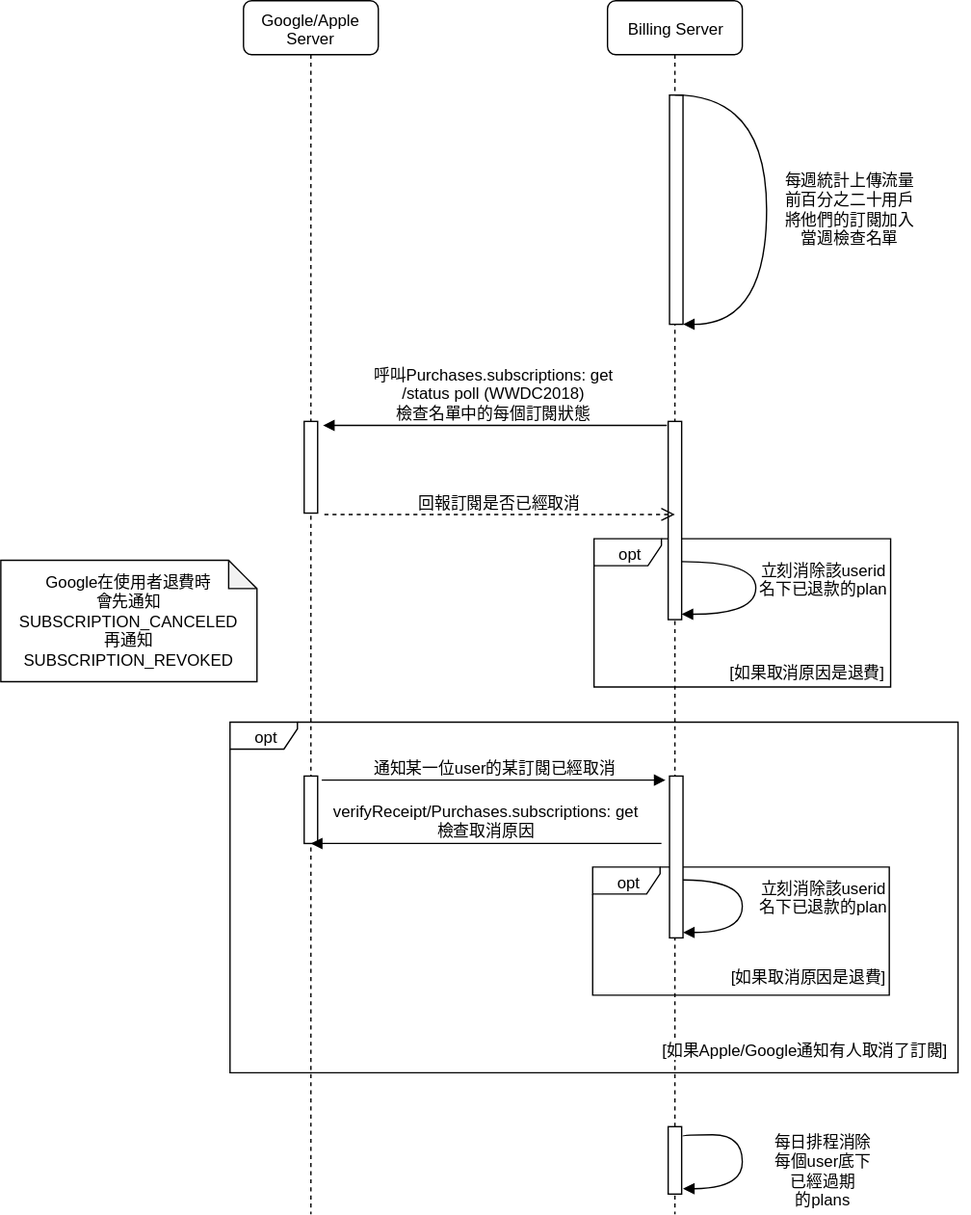
Above: aicam_cloud_in_app_purchases_canceling.svg in buddisattva/aicam.github.io (draw.io), before the change. Source tidied: cells renumbered, new cells last; positions are measured from the earlier drawing's top-left corner, leaving out a move shared by most shapes. Source of this version:
```xml
<mxGraphModel>
  <root>
    <mxCell id="0" />
    <mxCell id="1" parent="0" />
    <mxCell id="2" value="opt" style="shape=umlFrame;whiteSpace=wrap;html=1;width=50;height=20;fontFamily=Helvetica;" parent="1" vertex="1">
      <mxGeometry x="440" y="399" width="220" height="110" as="geometry" />
    </mxCell>
    <mxCell id="3" value="opt" style="shape=umlFrame;whiteSpace=wrap;html=1;width=50;height=20;fontFamily=Helvetica;" parent="1" vertex="1">
      <mxGeometry x="170" y="535" width="540" height="260" as="geometry" />
    </mxCell>
    <mxCell id="4" value="opt" style="shape=umlFrame;whiteSpace=wrap;html=1;width=50;height=20;fontFamily=Helvetica;" parent="1" vertex="1">
      <mxGeometry x="439" y="642.5" width="220" height="95" as="geometry" />
    </mxCell>
    <mxCell id="5" value="Billing Server" style="shape=umlLifeline;perimeter=lifelinePerimeter;whiteSpace=wrap;html=1;outlineConnect=0;rounded=1;shadow=0;comic=0;labelBackgroundColor=none;strokeColor=#000000;strokeWidth=1;fillColor=#FFFFFF;fontFamily=Helvetica;fontSize=12;fontColor=#000000;align=center;" parent="1" vertex="1">
      <mxGeometry x="450" width="100" height="900" as="geometry" />
    </mxCell>
    <mxCell id="6" style="html=1;perimeter=orthogonalPerimeter;rounded=0;shadow=0;comic=0;labelBackgroundColor=none;strokeColor=#000000;strokeWidth=1;fillColor=#FFFFFF;fontFamily=Helvetica;fontSize=12;fontColor=#000000;align=center;" parent="5" vertex="1">
      <mxGeometry x="45" y="312" width="10" height="147" as="geometry" />
    </mxCell>
    <mxCell id="7" style="group;fontFamily=Helvetica;" parent="5" vertex="1">
      <mxGeometry x="46" y="575" width="10" height="120" as="geometry" />
    </mxCell>
    <mxCell id="8" style="html=1;perimeter=orthogonalPerimeter;fontFamily=Helvetica;fontSize=12;" parent="7" vertex="1">
      <mxGeometry width="10" height="120" as="geometry" />
    </mxCell>
    <mxCell id="9" style="html=1;perimeter=orthogonalPerimeter;fontFamily=Helvetica;" parent="5" vertex="1">
      <mxGeometry x="45" y="835" width="10" height="50" as="geometry" />
    </mxCell>
    <mxCell id="10" style="html=1;points=[];perimeter=orthogonalPerimeter;fontFamily=Helvetica;" parent="5" vertex="1">
      <mxGeometry x="46" y="70" width="10" height="170" as="geometry" />
    </mxCell>
    <mxCell id="11" value="每週統計上傳流量&lt;br&gt;前百分之二十用戶&lt;br&gt;將他們的訂閱加入&lt;br&gt;當週檢查名單&lt;br&gt;" style="html=1;verticalAlign=top;endArrow=block;labelBackgroundColor=none;fontFamily=Helvetica;fontSize=12;elbow=vertical;edgeStyle=orthogonalEdgeStyle;curved=1;exitX=0.5;exitY=0.078;exitPerimeter=0;exitDx=0;exitDy=0;labelPosition=center;verticalLabelPosition=bottom;align=center;" parent="5" edge="1" source="5" target="10">
      <mxGeometry x="-0.55" y="-80" relative="1" as="geometry">
        <Array as="points">
          <mxPoint x="118" y="70" />
          <mxPoint x="118" y="240" />
        </Array>
        <mxPoint x="142" y="50" as="offset" />
      </mxGeometry>
    </mxCell>
    <mxCell id="12" value="Google/Apple Server" style="shape=umlLifeline;perimeter=lifelinePerimeter;whiteSpace=wrap;html=1;rounded=1;shadow=0;comic=0;labelBackgroundColor=none;strokeColor=#000000;strokeWidth=1;fillColor=#FFFFFF;fontFamily=Helvetica;fontSize=12;fontColor=#000000;align=center;" parent="1" vertex="1">
      <mxGeometry x="180" width="100" height="900" as="geometry" />
    </mxCell>
    <mxCell id="13" style="html=1;perimeter=orthogonalPerimeter;fontFamily=Helvetica;" parent="12" vertex="1">
      <mxGeometry x="45" y="312" width="10" height="68" as="geometry" />
    </mxCell>
    <mxCell id="14" style="group;fontFamily=Helvetica;" parent="12" vertex="1">
      <mxGeometry x="45" y="575" width="10" height="50" as="geometry" />
    </mxCell>
    <mxCell id="15" style="html=1;perimeter=orthogonalPerimeter;fontFamily=Helvetica;fontSize=12;" parent="14" vertex="1">
      <mxGeometry width="10" height="50" as="geometry" />
    </mxCell>
    <mxCell id="16" value="呼叫Purchases.subscriptions: get&lt;br&gt;/status poll (WWDC2018)&lt;br&gt;檢查名單中的每個訂閱狀態&lt;br&gt;" style="html=1;verticalAlign=bottom;endArrow=block;labelBackgroundColor=#ffffff;fontFamily=Helvetica;fontSize=12;edgeStyle=elbowEdgeStyle;elbow=vertical;" parent="1" edge="1">
      <mxGeometry relative="1" as="geometry">
        <mxPoint x="494" y="315" as="sourcePoint" />
        <mxPoint x="239" y="315" as="targetPoint" />
      </mxGeometry>
    </mxCell>
    <mxCell id="17" value="回報訂閱是否已經取消&lt;br&gt;" style="html=1;verticalAlign=bottom;endArrow=open;dashed=1;endSize=8;labelBackgroundColor=none;fontFamily=Helvetica;fontSize=12;" parent="1" edge="1">
      <mxGeometry relative="1" as="geometry">
        <mxPoint x="240" y="381" as="sourcePoint" />
        <mxPoint x="500" y="381" as="targetPoint" />
      </mxGeometry>
    </mxCell>
    <mxCell id="18" value="[如果Apple/Google通知有人取消了訂閱]" style="text;html=1;align=left;verticalAlign=top;spacingTop=-4;fontSize=12;fontFamily=Helvetica;labelBackgroundColor=#ffffff;" parent="1" vertex="1">
      <mxGeometry x="489" y="769.2" width="230" height="20" as="geometry" />
    </mxCell>
    <mxCell id="19" value="通知某一位user的某訂閱已經取消&lt;br&gt;" style="html=1;verticalAlign=bottom;endArrow=block;labelBackgroundColor=#ffffff;fontFamily=Helvetica;fontSize=12;edgeStyle=elbowEdgeStyle;elbow=vertical;" parent="1" edge="1">
      <mxGeometry relative="1" as="geometry">
        <mxPoint x="238" y="578" as="sourcePoint" />
        <mxPoint x="493" y="578" as="targetPoint" />
      </mxGeometry>
    </mxCell>
    <mxCell id="20" value="立刻消除該userid&lt;br&gt;名下已退款的plan&lt;br&gt;" style="html=1;verticalAlign=top;endArrow=block;labelBackgroundColor=none;fontFamily=Helvetica;fontSize=12;elbow=vertical;edgeStyle=orthogonalEdgeStyle;curved=1;exitX=0.5;exitY=0.013;exitPerimeter=0;exitDx=0;exitDy=0;labelPosition=center;verticalLabelPosition=bottom;align=center;" parent="1" edge="1">
      <mxGeometry x="-0.27" y="61" relative="1" as="geometry">
        <mxPoint x="506" y="651.5" as="sourcePoint" />
        <mxPoint x="506" y="690.5" as="targetPoint" />
        <Array as="points">
          <mxPoint x="550" y="651.5" />
          <mxPoint x="550" y="690.5" />
        </Array>
        <mxPoint x="-1" y="-10" as="offset" />
      </mxGeometry>
    </mxCell>
    <mxCell id="21" value="[如果取消原因是退費]" style="text;html=1;align=left;verticalAlign=top;spacingTop=-4;fontFamily=Helvetica;" parent="1" vertex="1">
      <mxGeometry x="539" y="489" width="130" height="20" as="geometry" />
    </mxCell>
    <mxCell id="22" value="立刻消除該userid&lt;br&gt;名下已退款的plan&lt;br&gt;" style="html=1;verticalAlign=top;endArrow=block;labelBackgroundColor=none;fontFamily=Helvetica;fontSize=12;elbow=vertical;edgeStyle=orthogonalEdgeStyle;curved=1;exitX=0.5;exitY=0.013;exitPerimeter=0;exitDx=0;exitDy=0;labelPosition=center;verticalLabelPosition=bottom;align=center;" parent="1" edge="1">
      <mxGeometry x="-0.26" y="50" relative="1" as="geometry">
        <mxPoint x="505" y="416" as="sourcePoint" />
        <mxPoint x="504.5" y="455" as="targetPoint" />
        <Array as="points">
          <mxPoint x="560" y="416" />
          <mxPoint x="560" y="455" />
        </Array>
        <mxPoint y="-7" as="offset" />
      </mxGeometry>
    </mxCell>
    <mxCell id="23" value="[如果取消原因是退費]" style="text;html=1;align=left;verticalAlign=top;spacingTop=-4;fontFamily=Helvetica;" parent="1" vertex="1">
      <mxGeometry x="540" y="715" width="130" height="20" as="geometry" />
    </mxCell>
    <mxCell id="24" value="verifyReceipt/Purchases.subscriptions: get&lt;br&gt;檢查取消原因&lt;br&gt;" style="html=1;verticalAlign=bottom;endArrow=block;labelBackgroundColor=#ffffff;fontFamily=Helvetica;fontSize=12;edgeStyle=elbowEdgeStyle;elbow=vertical;" parent="1" edge="1">
      <mxGeometry relative="1" as="geometry">
        <mxPoint x="490" y="625" as="sourcePoint" />
        <mxPoint x="230" y="625" as="targetPoint" />
      </mxGeometry>
    </mxCell>
    <mxCell id="25" value="每日排程消除&lt;br&gt;每個user底下&lt;br&gt;已經過期&lt;br&gt;的plans&lt;br&gt;" style="html=1;verticalAlign=top;endArrow=block;labelBackgroundColor=none;fontFamily=Helvetica;fontSize=12;elbow=vertical;edgeStyle=orthogonalEdgeStyle;curved=1;exitX=0.5;exitY=0.013;exitPerimeter=0;exitDx=0;exitDy=0;labelPosition=center;verticalLabelPosition=bottom;align=center;" parent="1" edge="1">
      <mxGeometry x="-0.27" y="61" relative="1" as="geometry">
        <mxPoint x="506" y="841.5" as="sourcePoint" />
        <mxPoint x="506" y="880.5" as="targetPoint" />
        <Array as="points">
          <mxPoint x="550" y="841" />
          <mxPoint x="550" y="880" />
        </Array>
        <mxPoint x="-1" y="-10" as="offset" />
      </mxGeometry>
    </mxCell>
    <mxCell id="26" value="Google在使用者退費時&lt;br&gt;會先通知&lt;span&gt;SUBSCRIPTION_CANCELED&lt;br&gt;&lt;/span&gt;再通知&lt;br&gt;&lt;span&gt;SUBSCRIPTION_REVOKED&lt;/span&gt;&lt;br&gt;" style="shape=note;whiteSpace=wrap;html=1;backgroundOutline=1;darkOpacity=0.05;labelBackgroundColor=none;fontFamily=Helvetica;size=21;" parent="1" vertex="1">
      <mxGeometry y="415" width="190" height="90" as="geometry" />
    </mxCell>
  </root>
</mxGraphModel>
```
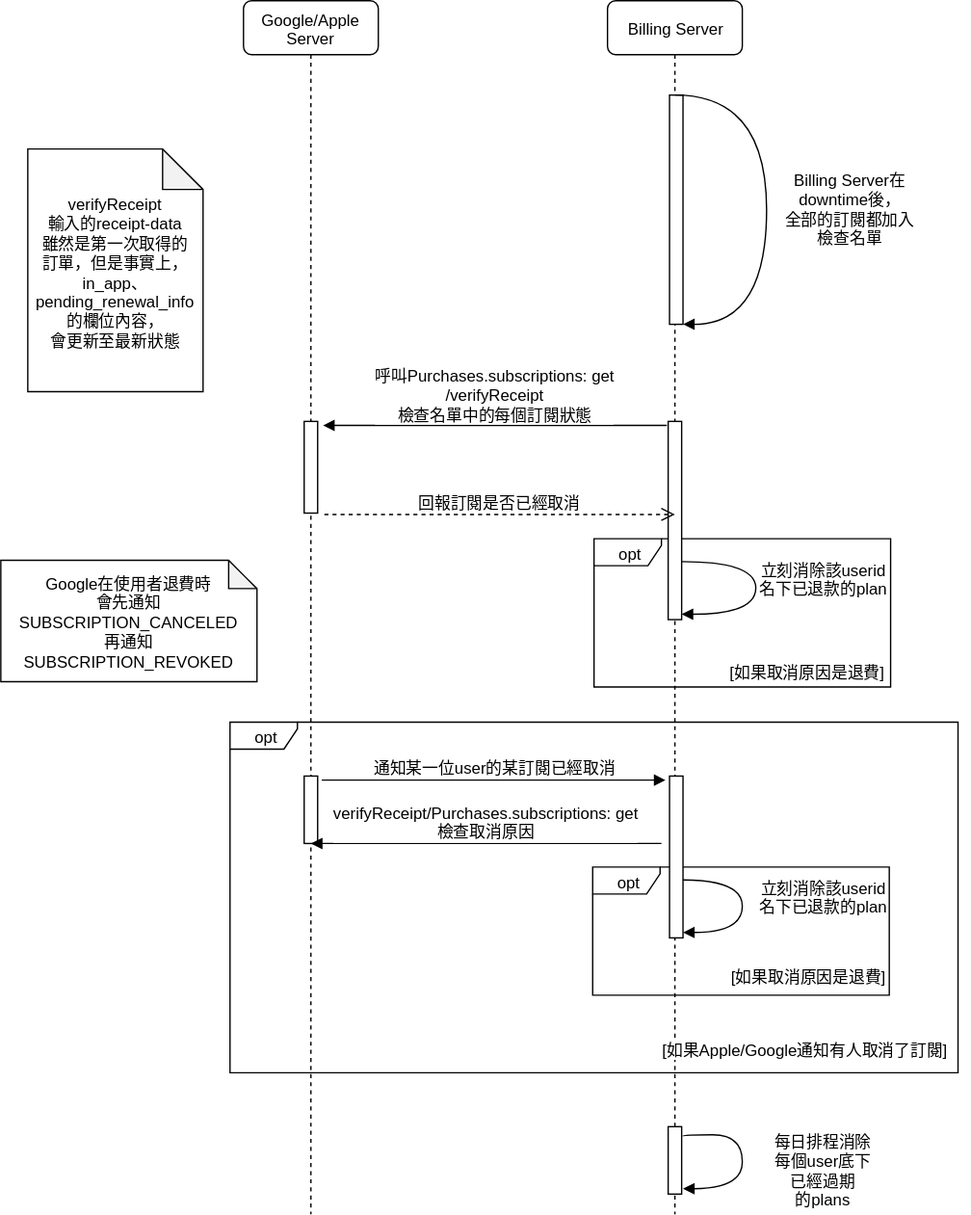
Above is the later version.

Commit message:
Update renew and cancel.

The edit, as a diff of the source:
```diff
@@ -29,7 +29,7 @@
     <mxCell id="10" style="html=1;points=[];perimeter=orthogonalPerimeter;fontFamily=Helvetica;" parent="5" vertex="1">
       <mxGeometry x="46" y="70" width="10" height="170" as="geometry" />
     </mxCell>
-    <mxCell id="11" value="每週統計上傳流量&lt;br&gt;前百分之二十用戶&lt;br&gt;將他們的訂閱加入&lt;br&gt;當週檢查名單&lt;br&gt;" style="html=1;verticalAlign=top;endArrow=block;labelBackgroundColor=none;fontFamily=Helvetica;fontSize=12;elbow=vertical;edgeStyle=orthogonalEdgeStyle;curved=1;exitX=0.5;exitY=0.078;exitPerimeter=0;exitDx=0;exitDy=0;labelPosition=center;verticalLabelPosition=bottom;align=center;" parent="5" edge="1" source="5" target="10">
+    <mxCell id="11" value="Billing Server在&lt;br&gt;downtime後，&lt;br&gt;全部的訂閱都加入&lt;br&gt;檢查名單&lt;br&gt;" style="html=1;verticalAlign=top;endArrow=block;labelBackgroundColor=none;fontFamily=Helvetica;fontSize=12;elbow=vertical;edgeStyle=orthogonalEdgeStyle;curved=1;exitX=0.5;exitY=0.078;exitPerimeter=0;exitDx=0;exitDy=0;labelPosition=center;verticalLabelPosition=bottom;align=center;" parent="5" edge="1" source="5" target="10">
       <mxGeometry x="-0.55" y="-80" relative="1" as="geometry">
         <Array as="points">
           <mxPoint x="118" y="70" />
@@ -50,7 +50,7 @@
     <mxCell id="15" style="html=1;perimeter=orthogonalPerimeter;fontFamily=Helvetica;fontSize=12;" parent="14" vertex="1">
       <mxGeometry width="10" height="50" as="geometry" />
     </mxCell>
-    <mxCell id="16" value="呼叫Purchases.subscriptions: get&lt;br&gt;/status poll (WWDC2018)&lt;br&gt;檢查名單中的每個訂閱狀態&lt;br&gt;" style="html=1;verticalAlign=bottom;endArrow=block;labelBackgroundColor=#ffffff;fontFamily=Helvetica;fontSize=12;edgeStyle=elbowEdgeStyle;elbow=vertical;" parent="1" edge="1">
+    <mxCell id="16" value="呼叫Purchases.subscriptions: get&lt;br&gt;/verifyReceipt&lt;br&gt;檢查名單中的每個訂閱狀態&lt;br&gt;" style="html=1;verticalAlign=bottom;endArrow=block;labelBackgroundColor=#ffffff;fontFamily=Helvetica;fontSize=12;edgeStyle=elbowEdgeStyle;elbow=vertical;" parent="1" edge="1">
       <mxGeometry relative="1" as="geometry">
         <mxPoint x="494" y="315" as="sourcePoint" />
         <mxPoint x="239" y="315" as="targetPoint" />
@@ -119,5 +119,8 @@
     <mxCell id="26" value="Google在使用者退費時&lt;br&gt;會先通知&lt;span&gt;SUBSCRIPTION_CANCELED&lt;br&gt;&lt;/span&gt;再通知&lt;br&gt;&lt;span&gt;SUBSCRIPTION_REVOKED&lt;/span&gt;&lt;br&gt;" style="shape=note;whiteSpace=wrap;html=1;backgroundOutline=1;darkOpacity=0.05;labelBackgroundColor=none;fontFamily=Helvetica;size=21;" parent="1" vertex="1">
       <mxGeometry y="415" width="190" height="90" as="geometry" />
     </mxCell>
+    <mxCell id="27" value="verifyReceipt&lt;br&gt;輸入的receipt-data&lt;br&gt;雖然是第一次取得的&lt;br&gt;訂單，但是事實上，&lt;br&gt;in_app、&lt;br&gt;pending_renewal_info&lt;br&gt;的欄位內容，&lt;br&gt;會更新至最新狀態&lt;br&gt;" style="shape=note;whiteSpace=wrap;html=1;backgroundOutline=1;darkOpacity=0.05;" parent="1" vertex="1">
+      <mxGeometry x="20" y="110" width="130" height="180" as="geometry" />
+    </mxCell>
   </root>
 </mxGraphModel>
```
